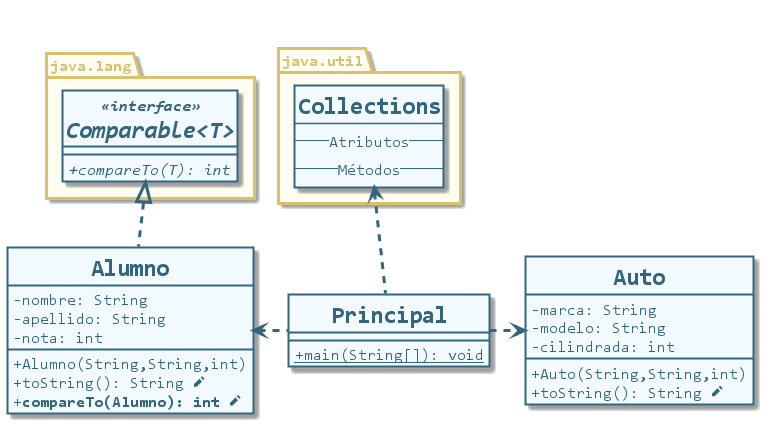
The PlantUML diagram src/uml/clases-comparable-java.png in CharlyCimino/comparable-java, before a commit.
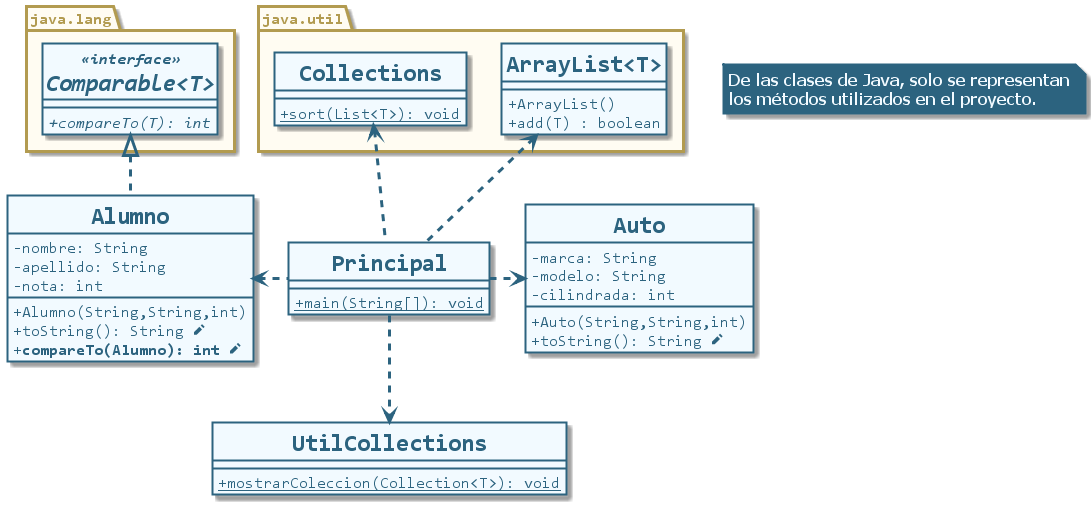
After the change.

Diff of the diagram source:
```diff
@@ -1,54 +1,7 @@
 @startuml clases-comparable-java
-skinparam BackgroundColor transparent
-skinparam DefaultFontName Consolas
-skinparam genericDisplay old
-
-skinparam class {
-    BackgroundColor #f2faff
-    BorderColor #33657f
-    FontColor #33657f
-    FontStyle Bold
-    FontSize 24
-    BorderThickness 2
-    AttributeIconSize 0
-    AttributeFontColor #33657f
-    AttributeFontSize 16
-    AttributeFontStyle Regular
-    StereotypeFontColor #33657f
-    StereotypeFontSize 16
-    StereotypeFontStyle Italic Bold
-}
-
-skinparam package {
-    BackgroundColor #fffcf2
-    BorderColor #d8c36c
-    FontColor #d8c36c
-    FontStyle Bold
-	FontSize 16
-    BorderThickness 3
-}
-
-skinparam note {
-    BackgroundColor #4182a3
-    BorderColor #4182a3
-    BorderThickness 2
-    FontColor #f2faff
-    FontName Tahoma
-    FontSize 16
-    FontStyle Bold
-}
-
-skinparam arrow {
-    Color #33657f
-    Thickness 3
-    FontColor #33657f
-    FontSize 16
-}
-
-hide circle
-class Principal {
-    {static} + main(String[]): void
-}
+!include headers/estilo.plantuml
+!include headers/main.plantuml
+!include headers/omisiones.plantuml
 
 class Auto {
     - marca: String
@@ -67,13 +20,20 @@
     + **compareTo(Alumno): int <&pencil>**
 }
 
+class UtilCollections {
+    {static} + mostrarColeccion(Collection<T>): void
+}
+
 together {
     package java.util {
         class Collections {
-            --Atributos--
-            --Métodos--
+            {static} + sort(List<T>): void
         }
-    }
+		class ArrayList<T> {
+			+ ArrayList()
+			+ add(T) : boolean
+		}
+	}
 
     package java.lang {
         interface Comparable<T> <<interface>> {
@@ -86,4 +46,6 @@
 Principal .left.> Alumno
 Principal .right.> Auto
 Principal .up.> Collections
+Principal .up.> ArrayList
+Principal .down.> UtilCollections
 @enduml
```
